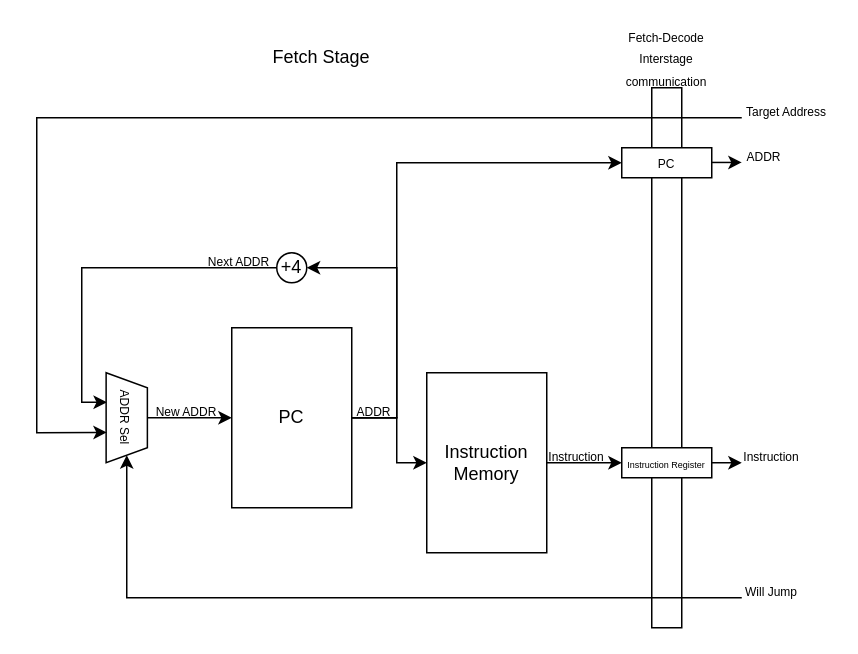
Above: page "Fetch stage" (2 of 6) of docs/imgs/microarchitecture/multi-cycle_datapath.drawio in WachirawichN/C0-CPU (draw.io), before the change. Source tidied: cells renumbered, new cells numbered last; positions are measured from the earlier drawing's top-left corner, leaving out a move shared by most shapes. Both pictures are drawn from the tidied source at 150%, with x=0, y=0 at pixel (36, 27).
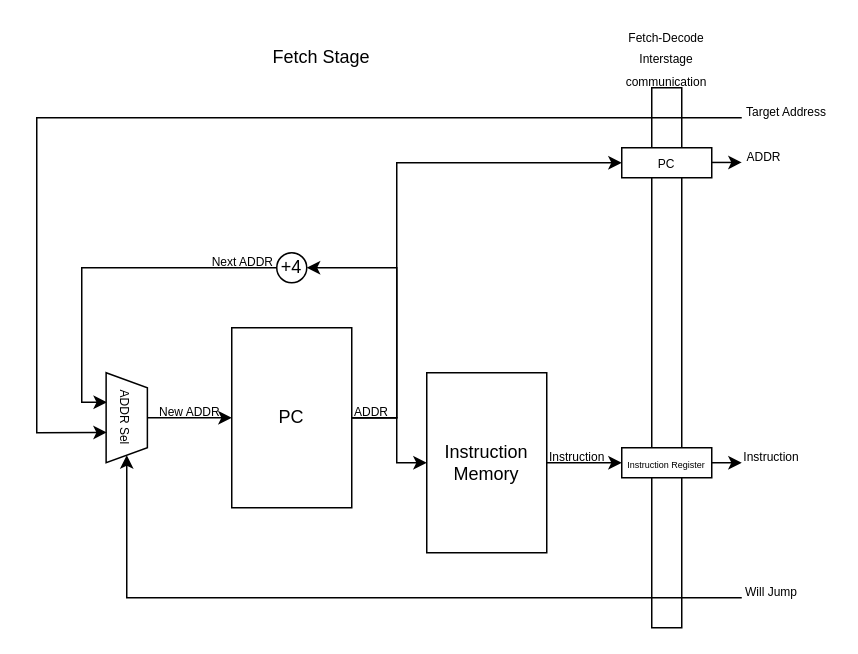
Above is the later version.

The edit, as a diff of the source:
```diff
@@
-    <mxCell id="13" value="&lt;font style=&quot;font-size: 8px;&quot;&gt;New ADDR&lt;/font&gt;" style="text;html=1;whiteSpace=wrap;strokeColor=none;fillColor=none;align=center;verticalAlign=middle;rounded=0;" parent="1" vertex="1">
-      <mxGeometry x="70" y="250" width="60" height="10" as="geometry" />
+    <mxCell id="13" value="&lt;font style=&quot;font-size: 8px;&quot;&gt;New ADDR&lt;/font&gt;" style="text;html=1;whiteSpace=wrap;strokeColor=none;fillColor=none;align=left;verticalAlign=middle;rounded=0;" parent="1" vertex="1">
+      <mxGeometry x="80" y="250" width="50" height="10" as="geometry" />
     </mxCell>
-    <mxCell id="14" value="&lt;font style=&quot;font-size: 8px;&quot;&gt;ADDR&lt;/font&gt;" style="text;html=1;whiteSpace=wrap;strokeColor=none;fillColor=none;align=center;verticalAlign=middle;rounded=0;" parent="1" vertex="1">
+    <mxCell id="14" value="&lt;font style=&quot;font-size: 8px;&quot;&gt;ADDR&lt;/font&gt;" style="text;html=1;whiteSpace=wrap;strokeColor=none;fillColor=none;align=left;verticalAlign=middle;rounded=0;" parent="1" vertex="1">
       <mxGeometry x="210" y="250" width="30" height="10" as="geometry" />
     </mxCell>
-    <mxCell id="15" value="&lt;font style=&quot;font-size: 8px;&quot;&gt;Next ADDR&lt;/font&gt;" style="text;html=1;whiteSpace=wrap;strokeColor=none;fillColor=none;align=center;verticalAlign=middle;rounded=0;" parent="1" vertex="1">
+    <mxCell id="15" value="&lt;font style=&quot;font-size: 8px;&quot;&gt;Next ADDR&lt;/font&gt;" style="text;html=1;whiteSpace=wrap;strokeColor=none;fillColor=none;align=right;verticalAlign=middle;rounded=0;" parent="1" vertex="1">
       <mxGeometry x="110" y="150" width="50" height="10" as="geometry" />
     </mxCell>
-    <mxCell id="16" value="&lt;font style=&quot;font-size: 8px;&quot;&gt;Instruction&lt;/font&gt;" style="text;html=1;whiteSpace=wrap;strokeColor=none;fillColor=none;align=center;verticalAlign=middle;rounded=0;" parent="1" vertex="1">
+    <mxCell id="16" value="&lt;font style=&quot;font-size: 8px;&quot;&gt;Instruction&lt;/font&gt;" style="text;html=1;whiteSpace=wrap;strokeColor=none;fillColor=none;align=left;verticalAlign=middle;rounded=0;" parent="1" vertex="1">
       <mxGeometry x="340" y="280" width="40" height="10" as="geometry" />
     </mxCell>
```
